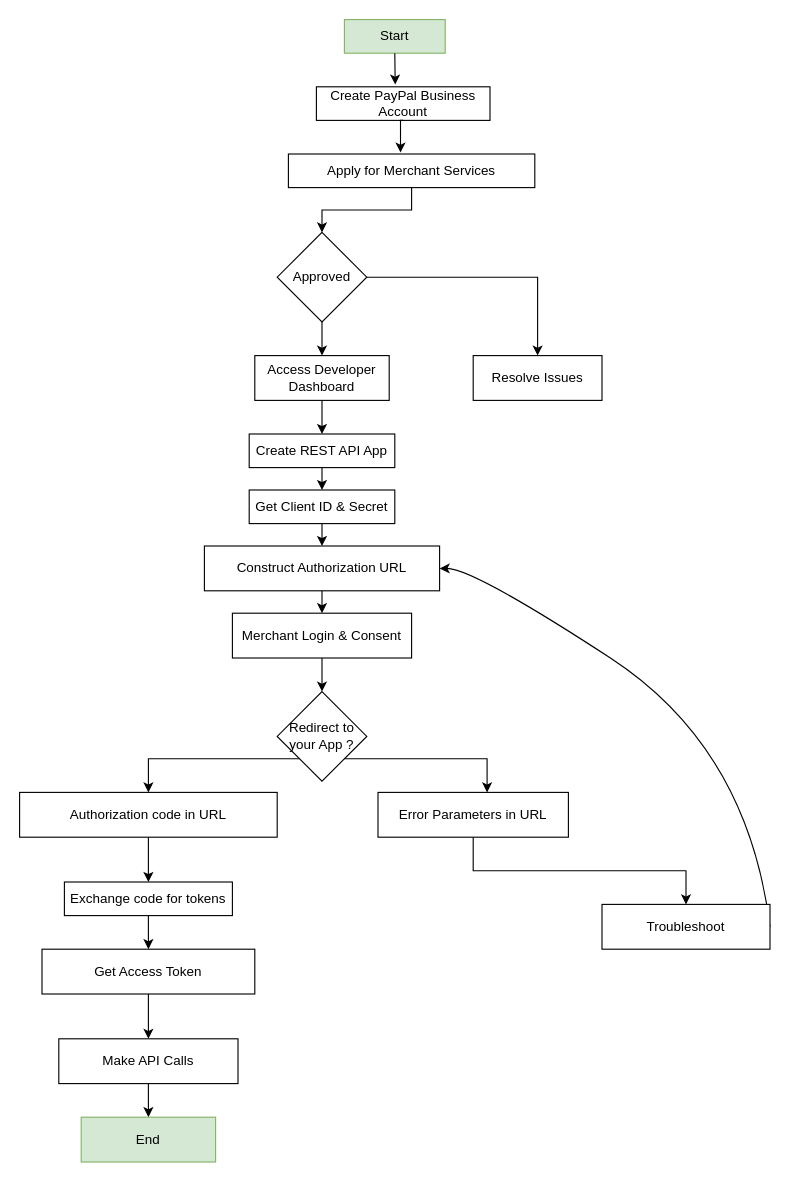
The draw.io diagram flow-charts/paypal-merchant-onboarding.drawio in rajneeshpatel07/payal-payments, before the edit. Source tidied: cells renumbered, new cells numbered last; positions are measured from the earlier drawing's top-left corner, leaving out a move shared by most shapes. Both pictures are drawn from the tidied source at 112%, with x=0, y=0 at pixel (19, 19).
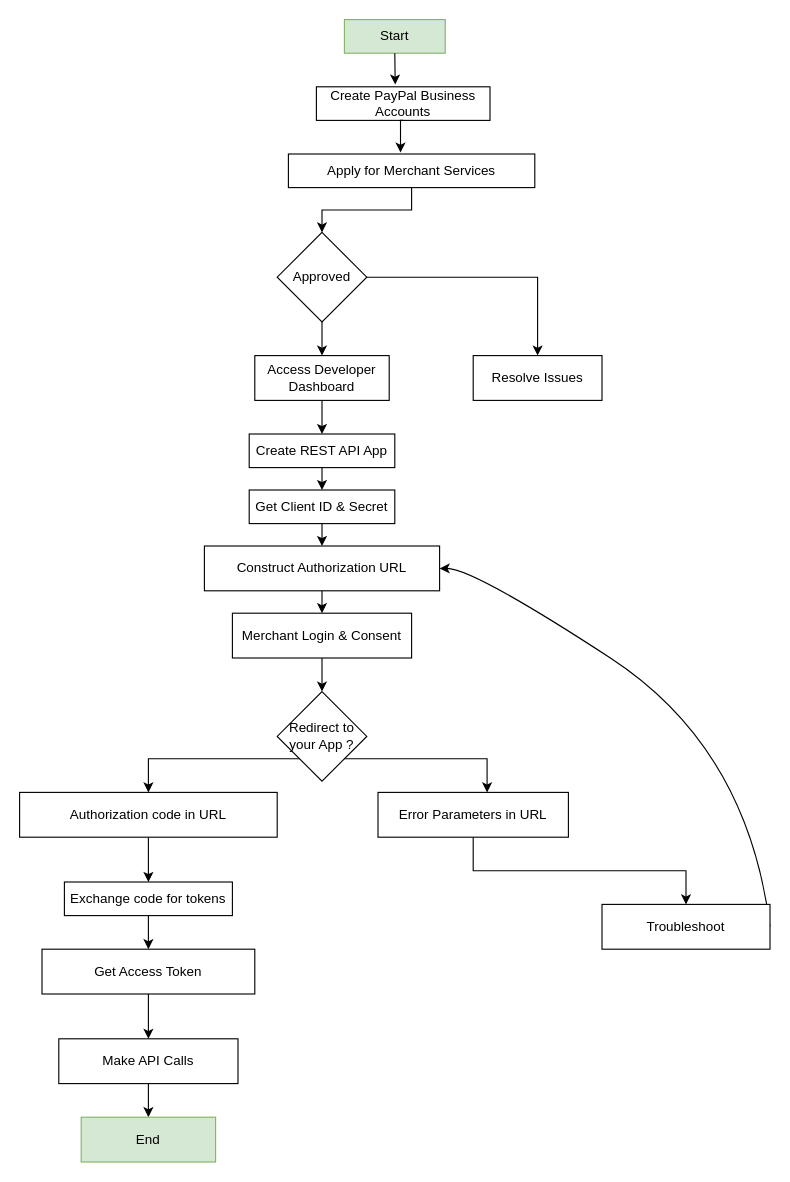
Above is the later version.

Change to the diagram source:
```diff
@@
-    <mxCell id="4" value="Create PayPal Business Account" style="rounded=0;whiteSpace=wrap;html=1;" parent="1" vertex="1">
+    <mxCell id="4" value="Create PayPal Business Accounts" style="rounded=0;whiteSpace=wrap;html=1;" parent="1" vertex="1">
       <mxGeometry x="265" y="60" width="155" height="30" as="geometry" />
     </mxCell>
```
